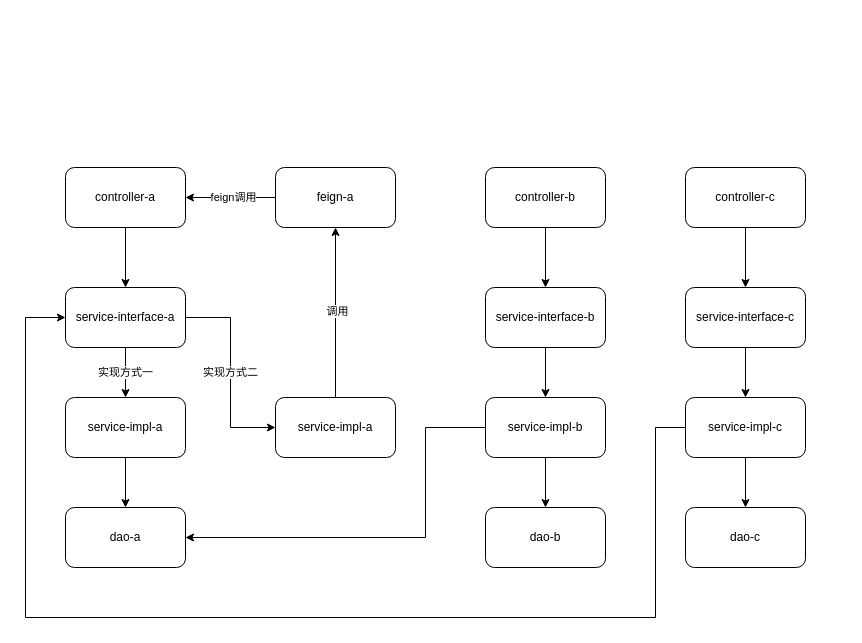
The draw.io diagram 服务模块设计/微服务单模块分层设计（有内部扩展接口）-多模块案例版.drawio in codeyunze/drawio, before the edit. Source tidied: cells renumbered, new cells numbered last; positions are measured from the earlier drawing's top-left corner, leaving out a move shared by most shapes. Both pictures are drawn from the tidied source at 100%, with x=0, y=0 at pixel (25, 167).
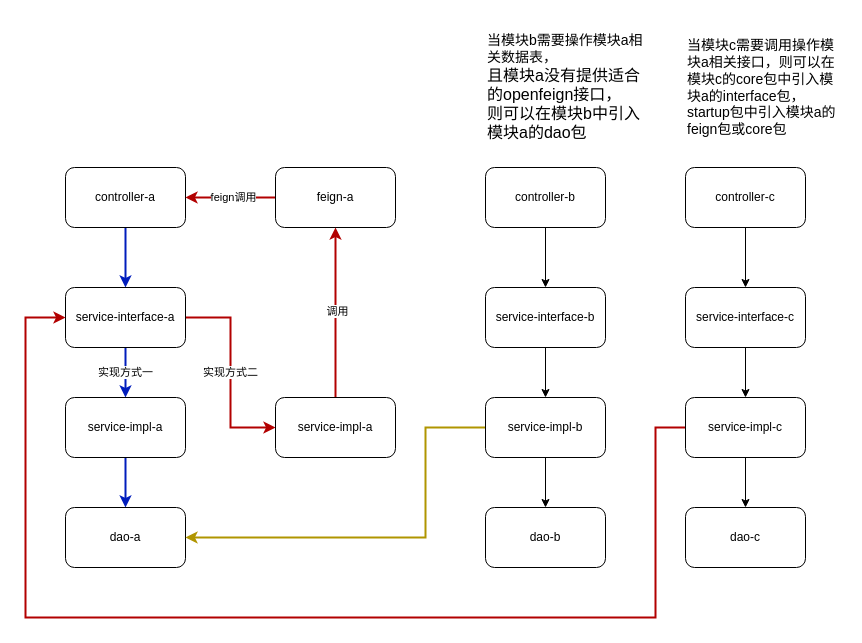
Above is the later version.

Commit message (it also covers changes not shown here):
更新微服务单模块分层设计（有内部扩展接口）-多模块案例版.drawio

Unchanged cells that the change refers to:
```xml
<mxCell id="3" value="&lt;span style=&quot;background-color: transparent; color: light-dark(rgb(0, 0, 0), rgb(255, 255, 255));&quot;&gt;controller-a&lt;/span&gt;" style="rounded=1;whiteSpace=wrap;html=1;" parent="1" vertex="1">
  <mxGeometry x="40" width="120" height="60" as="geometry" />
</mxCell>
<mxCell id="6" value="&lt;span style=&quot;background-color: transparent; color: light-dark(rgb(0, 0, 0), rgb(255, 255, 255));&quot;&gt;service-&lt;/span&gt;&lt;span style=&quot;background-color: transparent; color: light-dark(rgb(0, 0, 0), rgb(255, 255, 255));&quot;&gt;interface-a&lt;/span&gt;" style="rounded=1;whiteSpace=wrap;html=1;" parent="1" vertex="1">
  <mxGeometry x="40" y="120" width="120" height="60" as="geometry" />
</mxCell>
<mxCell id="8" value="&lt;span style=&quot;background-color: transparent; color: light-dark(rgb(0, 0, 0), rgb(255, 255, 255));&quot;&gt;service-impl-a&lt;/span&gt;" style="rounded=1;whiteSpace=wrap;html=1;" parent="1" vertex="1">
  <mxGeometry x="40" y="230" width="120" height="60" as="geometry" />
</mxCell>
<mxCell id="11" value="&lt;span style=&quot;background-color: transparent; color: light-dark(rgb(0, 0, 0), rgb(255, 255, 255));&quot;&gt;feign-a&lt;/span&gt;" style="rounded=1;whiteSpace=wrap;html=1;" parent="1" vertex="1">
  <mxGeometry x="250" width="120" height="60" as="geometry" />
</mxCell>
<mxCell id="14" value="&lt;span style=&quot;background-color: transparent; color: light-dark(rgb(0, 0, 0), rgb(255, 255, 255));&quot;&gt;service-impl-a&lt;/span&gt;" style="rounded=1;whiteSpace=wrap;html=1;" parent="1" vertex="1">
  <mxGeometry x="250" y="230" width="120" height="60" as="geometry" />
</mxCell>
<mxCell id="15" value="&lt;span style=&quot;background-color: transparent; color: light-dark(rgb(0, 0, 0), rgb(255, 255, 255));&quot;&gt;dao-a&lt;/span&gt;" style="rounded=1;whiteSpace=wrap;html=1;" parent="1" vertex="1">
  <mxGeometry x="40" y="340" width="120" height="60" as="geometry" />
</mxCell>
<mxCell id="22" value="&lt;span style=&quot;background-color: transparent; color: light-dark(rgb(0, 0, 0), rgb(255, 255, 255));&quot;&gt;service-impl-b&lt;/span&gt;" style="rounded=1;whiteSpace=wrap;html=1;" parent="1" vertex="1">
  <mxGeometry x="460" y="230" width="120" height="60" as="geometry" />
</mxCell>
<mxCell id="30" value="&lt;span style=&quot;background-color: transparent; color: light-dark(rgb(0, 0, 0), rgb(255, 255, 255));&quot;&gt;service-impl-c&lt;/span&gt;" style="rounded=1;whiteSpace=wrap;html=1;" parent="1" vertex="1">
  <mxGeometry x="660" y="230" width="120" height="60" as="geometry" />
</mxCell>
```

Change to the diagram source:
```diff
@@
-    <mxCell id="2" style="edgeStyle=orthogonalEdgeStyle;rounded=0;jettySize=auto;html=1;exitX=0.5;exitY=1;exitDx=0;exitDy=0;" parent="1" edge="1" source="3" target="6">
+    <mxCell id="2" style="edgeStyle=orthogonalEdgeStyle;rounded=0;jettySize=auto;html=1;exitX=0.5;exitY=1;exitDx=0;exitDy=0;fillColor=#0050ef;strokeColor=#001DBC;strokeWidth=2;" parent="1" edge="1" source="3" target="6">
       <mxGeometry relative="1" as="geometry" />
     </mxCell>
@@
-    <mxCell id="4" value="实现方式一" style="edgeStyle=orthogonalEdgeStyle;rounded=0;jettySize=auto;html=1;exitX=0.5;exitY=1;exitDx=0;exitDy=0;entryX=0.5;entryY=0;entryDx=0;entryDy=0;" parent="1" edge="1" source="6" target="8">
+    <mxCell id="4" value="实现方式一" style="edgeStyle=orthogonalEdgeStyle;rounded=0;jettySize=auto;html=1;exitX=0.5;exitY=1;exitDx=0;exitDy=0;entryX=0.5;entryY=0;entryDx=0;entryDy=0;fillColor=#0050ef;strokeColor=#001DBC;strokeWidth=2;" parent="1" edge="1" source="6" target="8">
       <mxGeometry relative="1" as="geometry" />
     </mxCell>
-    <mxCell id="5" value="实现方式二" style="edgeStyle=orthogonalEdgeStyle;rounded=0;jettySize=auto;html=1;exitX=1;exitY=0.5;exitDx=0;exitDy=0;entryX=0;entryY=0.5;entryDx=0;entryDy=0;" parent="1" edge="1" source="6" target="14">
+    <mxCell id="5" value="实现方式二" style="edgeStyle=orthogonalEdgeStyle;rounded=0;jettySize=auto;html=1;exitX=1;exitY=0.5;exitDx=0;exitDy=0;entryX=0;entryY=0.5;entryDx=0;entryDy=0;fillColor=#e51400;strokeColor=#B20000;strokeWidth=2;" parent="1" edge="1" source="6" target="14">
       <mxGeometry relative="1" as="geometry" />
     </mxCell>
@@
-    <mxCell id="7" style="edgeStyle=orthogonalEdgeStyle;rounded=0;jettySize=auto;html=1;exitX=0.5;exitY=1;exitDx=0;exitDy=0;entryX=0.5;entryY=0;entryDx=0;entryDy=0;" parent="1" edge="1" source="8" target="15">
+    <mxCell id="7" style="edgeStyle=orthogonalEdgeStyle;rounded=0;jettySize=auto;html=1;exitX=0.5;exitY=1;exitDx=0;exitDy=0;entryX=0.5;entryY=0;entryDx=0;entryDy=0;fillColor=#0050ef;strokeColor=#001DBC;strokeWidth=2;" parent="1" edge="1" source="8" target="15">
       <mxGeometry relative="1" as="geometry" />
     </mxCell>
@@
-    <mxCell id="9" style="edgeStyle=orthogonalEdgeStyle;rounded=0;jettySize=auto;html=1;exitX=0;exitY=0.5;exitDx=0;exitDy=0;" parent="1" edge="1" source="11" target="3">
+    <mxCell id="9" style="edgeStyle=orthogonalEdgeStyle;rounded=0;jettySize=auto;html=1;exitX=0;exitY=0.5;exitDx=0;exitDy=0;fillColor=#e51400;strokeColor=#B20000;strokeWidth=2;" parent="1" edge="1" source="11" target="3">
       <mxGeometry relative="1" as="geometry" />
     </mxCell>
@@
-    <mxCell id="12" style="edgeStyle=orthogonalEdgeStyle;rounded=0;jettySize=auto;html=1;exitX=0.5;exitY=0;exitDx=0;exitDy=0;entryX=0.5;entryY=1;entryDx=0;entryDy=0;" parent="1" edge="1" source="14" target="11">
+    <mxCell id="12" style="edgeStyle=orthogonalEdgeStyle;rounded=0;jettySize=auto;html=1;exitX=0.5;exitY=0;exitDx=0;exitDy=0;entryX=0.5;entryY=1;entryDx=0;entryDy=0;fillColor=#e51400;strokeColor=#B20000;strokeWidth=2;" parent="1" edge="1" source="14" target="11">
       <mxGeometry relative="1" as="geometry" />
     </mxCell>
@@
-    <mxCell id="21" style="edgeStyle=orthogonalEdgeStyle;rounded=0;jettySize=auto;html=1;exitX=0;exitY=0.5;exitDx=0;exitDy=0;entryX=1;entryY=0.5;entryDx=0;entryDy=0;" parent="1" edge="1" source="22" target="15">
+    <mxCell id="21" style="edgeStyle=orthogonalEdgeStyle;rounded=0;jettySize=auto;html=1;exitX=0;exitY=0.5;exitDx=0;exitDy=0;entryX=1;entryY=0.5;entryDx=0;entryDy=0;fillColor=#e3c800;strokeColor=#B09500;strokeWidth=2;" parent="1" edge="1" source="22" target="15">
       <mxGeometry relative="1" as="geometry">
         <Array as="points">
           <mxPoint x="400" y="260" />
           <mxPoint x="400" y="370" />
         </Array>
       </mxGeometry>
     </mxCell>
@@
-    <mxCell id="29" style="edgeStyle=orthogonalEdgeStyle;rounded=0;jettySize=auto;html=1;exitX=0;exitY=0.5;exitDx=0;exitDy=0;entryX=0;entryY=0.5;entryDx=0;entryDy=0;" parent="1" edge="1" source="30" target="6">
+    <mxCell id="29" style="edgeStyle=orthogonalEdgeStyle;rounded=0;jettySize=auto;html=1;exitX=0;exitY=0.5;exitDx=0;exitDy=0;entryX=0;entryY=0.5;entryDx=0;entryDy=0;fillColor=#e51400;strokeColor=#B20000;strokeWidth=2;" parent="1" edge="1" source="30" target="6">
       <mxGeometry relative="1" as="geometry">
         <Array as="points">
           <mxPoint x="630" y="260" />
           <mxPoint x="630" y="450" />
           <mxPoint y="450" />
           <mxPoint y="150" />
         </Array>
       </mxGeometry>
     </mxCell>
@@
+    <mxCell id="32" value="&lt;font style=&quot;font-size: 14px;&quot;&gt;当模块b需要操作模块a相关数据表，&lt;/font&gt;&lt;div&gt;&lt;font size=&quot;3&quot; style=&quot;&quot;&gt;且模块a没有提供适合的openfeign接口，&lt;/font&gt;&lt;/div&gt;&lt;div&gt;&lt;span style=&quot;background-color: transparent; color: light-dark(rgb(0, 0, 0), rgb(255, 255, 255));&quot;&gt;&lt;font size=&quot;3&quot;&gt;则可以在模块b中引入模块a的dao包&lt;/font&gt;&lt;/span&gt;&lt;/div&gt;" style="text;html=1;align=left;verticalAlign=middle;whiteSpace=wrap;rounded=0;" parent="1" vertex="1">
+      <mxGeometry x="460" y="-140" width="160" height="120" as="geometry" />
+    </mxCell>
+    <mxCell id="33" value="&lt;font style=&quot;font-size: 14px;&quot;&gt;&lt;font style=&quot;&quot;&gt;当模块c需要调用操作模块a相关接口，&lt;/font&gt;&lt;span style=&quot;background-color: transparent; color: light-dark(rgb(0, 0, 0), rgb(255, 255, 255));&quot;&gt;则可以在模块c的core包中引入模块a的interface包，startup包中引入模块a的feign包或core包&lt;/span&gt;&lt;/font&gt;" style="text;html=1;align=left;verticalAlign=middle;whiteSpace=wrap;rounded=0;" parent="1" vertex="1">
+      <mxGeometry x="660" y="-150" width="160" height="140" as="geometry" />
+    </mxCell>
```
